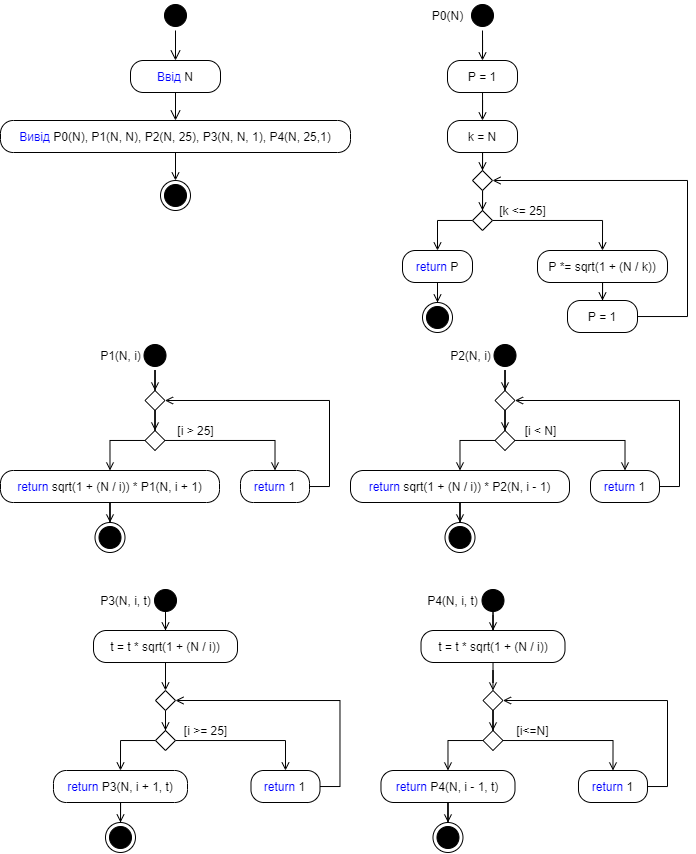
fhctyw/Lab5.4 keeps this draw.io diagram as UML.png. Above is the earlier version. Source tidied: cells renumbered, new cells last; positions are measured from the earlier drawing's top-left corner, leaving out a move shared by most shapes.
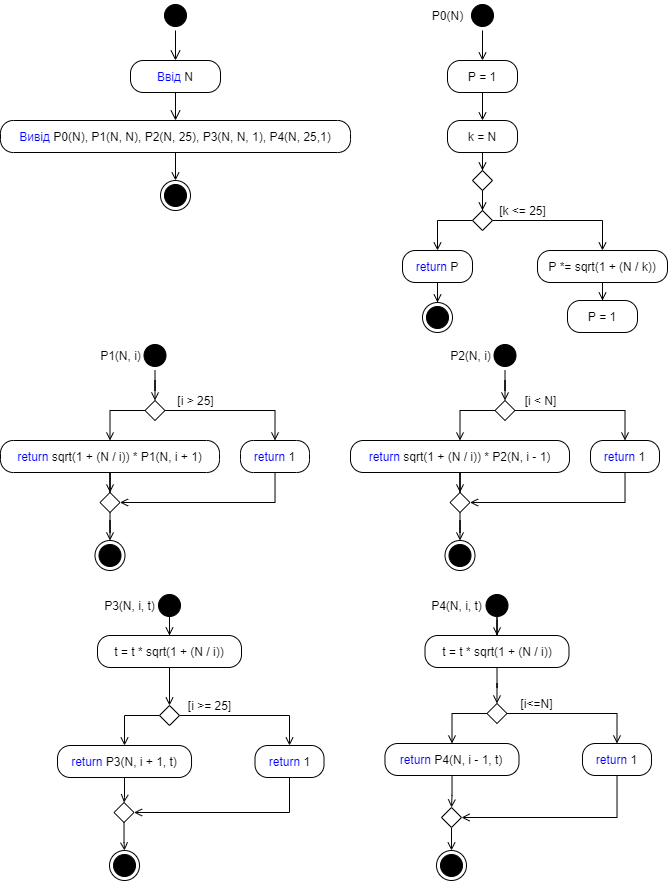
The same diagram one commit later.

Commit message:
remake uml

What changed in the source:
```diff
@@ -73,10 +73,2 @@
     </mxCell>
-    <mxCell id="23" style="edgeStyle=orthogonalEdgeStyle;rounded=0;jettySize=auto;html=1;entryX=1;entryY=0.5;entryDx=0;entryDy=0;endArrow=open;endFill=0;" parent="1" edge="1" source="24" target="26">
-      <mxGeometry relative="1" as="geometry">
-        <Array as="points">
-          <mxPoint x="687" y="316" />
-          <mxPoint x="687" y="180" />
-        </Array>
-      </mxGeometry>
-    </mxCell>
     <mxCell id="24" value="P = 1" style="rounded=1;whiteSpace=wrap;html=1;arcSize=40;" parent="1" vertex="1">
@@ -96,5 +88,5 @@
     </mxCell>
-    <mxCell id="29" style="edgeStyle=orthogonalEdgeStyle;rounded=0;jettySize=auto;html=1;entryX=0.5;entryY=0;entryDx=0;entryDy=0;endArrow=open;endFill=0;" parent="1" edge="1" source="30" target="40">
-      <mxGeometry relative="1" as="geometry" />
-    </mxCell>
+    <mxCell id="89" style="edgeStyle=orthogonalEdgeStyle;rounded=0;jettySize=auto;html=1;entryX=0.5;entryY=0;entryDx=0;entryDy=0;endArrow=open;endFill=0;" parent="1" edge="1" source="30" target="33">
+      <mxGeometry relative="1" as="geometry" />
+    </mxCell>
     <mxCell id="30" style="ellipse;html=1;shape=startState;fillColor=#000000;strokeColor=#000000;" parent="1" vertex="1">
@@ -105,3 +97,3 @@
         <Array as="points">
-          <mxPoint x="109.5" y="440" />
+          <mxPoint x="109.5" y="410" />
         </Array>
@@ -113,32 +105,25 @@
     <mxCell id="33" style="rhombus;whiteSpace=wrap;html=1;strokeColor=#000000;" parent="1" vertex="1">
-      <mxGeometry x="144.5" y="430" width="20" height="20" as="geometry" />
+      <mxGeometry x="144.5" y="400" width="20" height="20" as="geometry" />
     </mxCell>
-    <mxCell id="34" style="edgeStyle=orthogonalEdgeStyle;rounded=0;jettySize=auto;html=1;entryX=0.5;entryY=0;entryDx=0;entryDy=0;endArrow=open;endFill=0;" parent="1" edge="1" source="35" target="41">
-      <mxGeometry relative="1" as="geometry" />
-    </mxCell>
+    <mxCell id="90" style="edgeStyle=orthogonalEdgeStyle;rounded=0;jettySize=auto;html=1;endArrow=open;endFill=0;" parent="1" edge="1" source="35" target="102">
+      <mxGeometry relative="1" as="geometry" />
+    </mxCell>
     <mxCell id="35" value="&lt;font color=&quot;#0000ff&quot;&gt;return&lt;/font&gt; sqrt(1 + (N / i)) * P1(N, i + 1)" style="rounded=1;whiteSpace=wrap;html=1;arcSize=40;" parent="1" vertex="1">
-      <mxGeometry y="470" width="219" height="32" as="geometry" />
+      <mxGeometry y="440" width="219" height="32" as="geometry" />
     </mxCell>
-    <mxCell id="36" style="edgeStyle=orthogonalEdgeStyle;rounded=0;jettySize=auto;html=1;entryX=1;entryY=0.5;entryDx=0;entryDy=0;endArrow=open;endFill=0;" parent="1" edge="1" source="37" target="40">
-      <mxGeometry relative="1" as="geometry">
-        <Array as="points">
-          <mxPoint x="329" y="486" />
-          <mxPoint x="329" y="400" />
-        </Array>
-      </mxGeometry>
-    </mxCell>
+    <mxCell id="91" style="edgeStyle=orthogonalEdgeStyle;rounded=0;jettySize=auto;html=1;entryX=1;entryY=0.5;entryDx=0;entryDy=0;endArrow=open;endFill=0;" parent="1" edge="1" source="37" target="102">
+      <mxGeometry relative="1" as="geometry">
+        <Array as="points">
+          <mxPoint x="275" y="502" />
+        </Array>
+      </mxGeometry>
+    </mxCell>
     <mxCell id="37" value="&lt;font color=&quot;#0000ff&quot;&gt;return&lt;/font&gt;&amp;nbsp;1" style="rounded=1;whiteSpace=wrap;html=1;arcSize=40;" parent="1" vertex="1">
-      <mxGeometry x="240" y="470" width="69" height="32" as="geometry" />
+      <mxGeometry x="240" y="440" width="69" height="32" as="geometry" />
     </mxCell>
     <mxCell id="38" value="&lt;span&gt;[&lt;/span&gt;&lt;span&gt;i &amp;gt; 25&lt;/span&gt;&lt;span&gt;]&lt;/span&gt;" style="text;html=1;align=center;verticalAlign=middle;strokeColor=none;fillColor=none;" parent="1" vertex="1">
-      <mxGeometry x="169.5" y="420" width="50" height="20" as="geometry" />
+      <mxGeometry x="169.5" y="390" width="50" height="20" as="geometry" />
     </mxCell>
-    <mxCell id="39" style="edgeStyle=orthogonalEdgeStyle;rounded=0;jettySize=auto;html=1;entryX=0.5;entryY=0;entryDx=0;entryDy=0;endArrow=open;endFill=0;" parent="1" edge="1" source="40" target="33">
-      <mxGeometry relative="1" as="geometry" />
-    </mxCell>
-    <mxCell id="40" style="rhombus;whiteSpace=wrap;html=1;strokeColor=#000000;" parent="1" vertex="1">
-      <mxGeometry x="144.5" y="390" width="20" height="20" as="geometry" />
-    </mxCell>
     <mxCell id="41" style="ellipse;html=1;shape=endState;fillColor=#000000;strokeColor=#000000;" parent="1" vertex="1">
-      <mxGeometry x="94.5" y="522" width="30" height="30" as="geometry" />
+      <mxGeometry x="94.5" y="540" width="30" height="30" as="geometry" />
     </mxCell>
@@ -147,5 +132,5 @@
     </mxCell>
-    <mxCell id="43" style="edgeStyle=orthogonalEdgeStyle;rounded=0;jettySize=auto;html=1;entryX=0.5;entryY=0;entryDx=0;entryDy=0;endArrow=open;endFill=0;" parent="1" edge="1" source="44" target="54">
-      <mxGeometry relative="1" as="geometry" />
-    </mxCell>
+    <mxCell id="92" style="edgeStyle=orthogonalEdgeStyle;rounded=0;jettySize=auto;html=1;entryX=0.5;entryY=0;entryDx=0;entryDy=0;endArrow=open;endFill=0;" parent="1" edge="1" source="44" target="47">
+      <mxGeometry relative="1" as="geometry" />
+    </mxCell>
     <mxCell id="44" style="ellipse;html=1;shape=startState;fillColor=#000000;strokeColor=#000000;" parent="1" vertex="1">
@@ -156,3 +141,3 @@
         <Array as="points">
-          <mxPoint x="459.5" y="440" />
+          <mxPoint x="459.5" y="410" />
         </Array>
@@ -164,32 +149,25 @@
     <mxCell id="47" style="rhombus;whiteSpace=wrap;html=1;strokeColor=#000000;" parent="1" vertex="1">
-      <mxGeometry x="494.5" y="430" width="20" height="20" as="geometry" />
+      <mxGeometry x="494.5" y="400" width="20" height="20" as="geometry" />
     </mxCell>
-    <mxCell id="48" style="edgeStyle=orthogonalEdgeStyle;rounded=0;jettySize=auto;html=1;entryX=0.5;entryY=0;entryDx=0;entryDy=0;endArrow=open;endFill=0;" parent="1" edge="1" source="49" target="55">
-      <mxGeometry relative="1" as="geometry" />
-    </mxCell>
+    <mxCell id="93" style="edgeStyle=orthogonalEdgeStyle;rounded=0;jettySize=auto;html=1;entryX=0.5;entryY=0;entryDx=0;entryDy=0;endArrow=open;endFill=0;" parent="1" edge="1" source="49" target="104">
+      <mxGeometry relative="1" as="geometry" />
+    </mxCell>
     <mxCell id="49" value="&lt;font color=&quot;#0000ff&quot;&gt;return&lt;/font&gt; sqrt(1 + (N / i)) * P2(N, i - 1)" style="rounded=1;whiteSpace=wrap;html=1;arcSize=40;" parent="1" vertex="1">
-      <mxGeometry x="350" y="470" width="219" height="32" as="geometry" />
+      <mxGeometry x="350" y="440" width="219" height="32" as="geometry" />
     </mxCell>
-    <mxCell id="50" style="edgeStyle=orthogonalEdgeStyle;rounded=0;jettySize=auto;html=1;entryX=1;entryY=0.5;entryDx=0;entryDy=0;endArrow=open;endFill=0;" parent="1" edge="1" source="51" target="54">
-      <mxGeometry relative="1" as="geometry">
-        <Array as="points">
-          <mxPoint x="679" y="486" />
-          <mxPoint x="679" y="400" />
-        </Array>
-      </mxGeometry>
-    </mxCell>
+    <mxCell id="94" style="edgeStyle=orthogonalEdgeStyle;rounded=0;jettySize=auto;html=1;entryX=1;entryY=0.5;entryDx=0;entryDy=0;endArrow=open;endFill=0;" parent="1" edge="1" source="51" target="104">
+      <mxGeometry relative="1" as="geometry">
+        <Array as="points">
+          <mxPoint x="625" y="502" />
+        </Array>
+      </mxGeometry>
+    </mxCell>
     <mxCell id="51" value="&lt;font color=&quot;#0000ff&quot;&gt;return&lt;/font&gt;&amp;nbsp;1" style="rounded=1;whiteSpace=wrap;html=1;arcSize=40;" parent="1" vertex="1">
-      <mxGeometry x="590" y="470" width="69" height="32" as="geometry" />
+      <mxGeometry x="590" y="440" width="69" height="32" as="geometry" />
     </mxCell>
     <mxCell id="52" value="&lt;span&gt;[&lt;/span&gt;&lt;span&gt;i &amp;lt; N&lt;/span&gt;&lt;span&gt;]&lt;/span&gt;" style="text;html=1;align=center;verticalAlign=middle;strokeColor=none;fillColor=none;" parent="1" vertex="1">
-      <mxGeometry x="514.5" y="420" width="50" height="20" as="geometry" />
+      <mxGeometry x="514.5" y="390" width="50" height="20" as="geometry" />
     </mxCell>
-    <mxCell id="53" style="edgeStyle=orthogonalEdgeStyle;rounded=0;jettySize=auto;html=1;entryX=0.5;entryY=0;entryDx=0;entryDy=0;endArrow=open;endFill=0;" parent="1" edge="1" source="54" target="47">
-      <mxGeometry relative="1" as="geometry" />
-    </mxCell>
-    <mxCell id="54" style="rhombus;whiteSpace=wrap;html=1;strokeColor=#000000;" parent="1" vertex="1">
-      <mxGeometry x="494.5" y="390" width="20" height="20" as="geometry" />
-    </mxCell>
     <mxCell id="55" style="ellipse;html=1;shape=endState;fillColor=#000000;strokeColor=#000000;" parent="1" vertex="1">
-      <mxGeometry x="444.5" y="522" width="30" height="30" as="geometry" />
+      <mxGeometry x="444.5" y="540" width="30" height="30" as="geometry" />
     </mxCell>
@@ -202,3 +180,3 @@
     <mxCell id="58" style="ellipse;html=1;shape=startState;fillColor=#000000;strokeColor=#000000;" parent="1" vertex="1">
-      <mxGeometry x="150" y="585" width="30" height="30" as="geometry" />
+      <mxGeometry x="154" y="590" width="30" height="30" as="geometry" />
     </mxCell>
@@ -207,3 +185,3 @@
         <Array as="points">
-          <mxPoint x="120" y="740" />
+          <mxPoint x="124" y="715" />
         </Array>
@@ -215,41 +193,34 @@
     <mxCell id="61" style="rhombus;whiteSpace=wrap;html=1;strokeColor=#000000;" parent="1" vertex="1">
-      <mxGeometry x="155" y="730" width="20" height="20" as="geometry" />
+      <mxGeometry x="159" y="705" width="20" height="20" as="geometry" />
     </mxCell>
-    <mxCell id="62" style="edgeStyle=orthogonalEdgeStyle;rounded=0;jettySize=auto;html=1;entryX=0.5;entryY=0;entryDx=0;entryDy=0;endArrow=open;endFill=0;" parent="1" edge="1" source="63" target="69">
-      <mxGeometry relative="1" as="geometry" />
-    </mxCell>
+    <mxCell id="95" style="edgeStyle=orthogonalEdgeStyle;rounded=0;jettySize=auto;html=1;endArrow=open;endFill=0;entryX=0.5;entryY=0;entryDx=0;entryDy=0;" parent="1" edge="1" source="63" target="106">
+      <mxGeometry relative="1" as="geometry" />
+    </mxCell>
     <mxCell id="63" value="&lt;font color=&quot;#0000ff&quot;&gt;return &lt;/font&gt;P3(N, i + 1, t)" style="rounded=1;whiteSpace=wrap;html=1;arcSize=40;" parent="1" vertex="1">
-      <mxGeometry x="53" y="770" width="134" height="32" as="geometry" />
+      <mxGeometry x="57" y="745" width="134" height="32" as="geometry" />
     </mxCell>
-    <mxCell id="64" style="edgeStyle=orthogonalEdgeStyle;rounded=0;jettySize=auto;html=1;entryX=1;entryY=0.5;entryDx=0;entryDy=0;endArrow=open;endFill=0;" parent="1" edge="1" source="65" target="68">
-      <mxGeometry relative="1" as="geometry">
-        <Array as="points">
-          <mxPoint x="339.5" y="786" />
-          <mxPoint x="339.5" y="700" />
-        </Array>
-      </mxGeometry>
-    </mxCell>
+    <mxCell id="96" style="edgeStyle=orthogonalEdgeStyle;rounded=0;jettySize=auto;html=1;entryX=1;entryY=0.5;entryDx=0;entryDy=0;endArrow=open;endFill=0;" parent="1" edge="1" source="65" target="106">
+      <mxGeometry relative="1" as="geometry">
+        <Array as="points">
+          <mxPoint x="289" y="812" />
+        </Array>
+      </mxGeometry>
+    </mxCell>
     <mxCell id="65" value="&lt;font color=&quot;#0000ff&quot;&gt;return&lt;/font&gt;&amp;nbsp;1" style="rounded=1;whiteSpace=wrap;html=1;arcSize=40;" parent="1" vertex="1">
-      <mxGeometry x="250.5" y="770" width="69" height="32" as="geometry" />
+      <mxGeometry x="254.5" y="745" width="69" height="32" as="geometry" />
     </mxCell>
     <mxCell id="66" value="[i &amp;gt;= 25]" style="text;html=1;align=center;verticalAlign=middle;strokeColor=none;fillColor=none;" parent="1" vertex="1">
-      <mxGeometry x="175" y="720" width="60" height="20" as="geometry" />
+      <mxGeometry x="179" y="695" width="60" height="20" as="geometry" />
     </mxCell>
-    <mxCell id="67" style="edgeStyle=orthogonalEdgeStyle;rounded=0;jettySize=auto;html=1;entryX=0.5;entryY=0;entryDx=0;entryDy=0;endArrow=open;endFill=0;" parent="1" edge="1" source="68" target="61">
-      <mxGeometry relative="1" as="geometry" />
-    </mxCell>
-    <mxCell id="68" style="rhombus;whiteSpace=wrap;html=1;strokeColor=#000000;" parent="1" vertex="1">
-      <mxGeometry x="155" y="690" width="20" height="20" as="geometry" />
-    </mxCell>
     <mxCell id="69" style="ellipse;html=1;shape=endState;fillColor=#000000;strokeColor=#000000;" parent="1" vertex="1">
-      <mxGeometry x="105" y="822" width="30" height="30" as="geometry" />
+      <mxGeometry x="109" y="850" width="30" height="30" as="geometry" />
     </mxCell>
     <mxCell id="70" value="P3(N, i, t)" style="text;html=1;align=center;verticalAlign=middle;strokeColor=none;fillColor=none;" parent="1" vertex="1">
-      <mxGeometry x="90" y="590" width="70" height="20" as="geometry" />
+      <mxGeometry x="94" y="595" width="70" height="20" as="geometry" />
     </mxCell>
-    <mxCell id="71" style="edgeStyle=orthogonalEdgeStyle;rounded=0;jettySize=auto;html=1;entryX=0.5;entryY=0;entryDx=0;entryDy=0;endArrow=open;endFill=0;" parent="1" edge="1" source="72" target="68">
-      <mxGeometry relative="1" as="geometry" />
-    </mxCell>
+    <mxCell id="97" style="edgeStyle=orthogonalEdgeStyle;rounded=0;jettySize=auto;html=1;endArrow=open;endFill=0;" parent="1" edge="1" source="72" target="61">
+      <mxGeometry relative="1" as="geometry" />
+    </mxCell>
     <mxCell id="72" value="t = t * sqrt(1 + (N / i))" style="rounded=1;whiteSpace=wrap;html=1;arcSize=40;" parent="1" vertex="1">
-      <mxGeometry x="93" y="630" width="144" height="32" as="geometry" />
+      <mxGeometry x="97" y="635" width="144" height="32" as="geometry" />
     </mxCell>
@@ -259,3 +230,3 @@
     <mxCell id="74" style="ellipse;html=1;shape=startState;fillColor=#000000;strokeColor=#000000;" parent="1" vertex="1">
-      <mxGeometry x="477.5" y="585" width="30" height="30" as="geometry" />
+      <mxGeometry x="481.5" y="590" width="30" height="30" as="geometry" />
     </mxCell>
@@ -264,3 +235,3 @@
         <Array as="points">
-          <mxPoint x="447.5" y="740" />
+          <mxPoint x="451.5" y="713" />
         </Array>
@@ -272,42 +243,61 @@
     <mxCell id="77" style="rhombus;whiteSpace=wrap;html=1;strokeColor=#000000;" parent="1" vertex="1">
-      <mxGeometry x="482.5" y="730" width="20" height="20" as="geometry" />
+      <mxGeometry x="486.5" y="703" width="20" height="20" as="geometry" />
     </mxCell>
-    <mxCell id="78" style="edgeStyle=orthogonalEdgeStyle;rounded=0;jettySize=auto;html=1;entryX=0.5;entryY=0;entryDx=0;entryDy=0;endArrow=open;endFill=0;" parent="1" edge="1" source="79" target="85">
-      <mxGeometry relative="1" as="geometry" />
-    </mxCell>
+    <mxCell id="98" style="edgeStyle=orthogonalEdgeStyle;rounded=0;jettySize=auto;html=1;entryX=0.5;entryY=0;entryDx=0;entryDy=0;endArrow=open;endFill=0;" parent="1" edge="1" source="79" target="108">
+      <mxGeometry relative="1" as="geometry" />
+    </mxCell>
     <mxCell id="79" value="&lt;font color=&quot;#0000ff&quot;&gt;return &lt;/font&gt;P4(N, i - 1, t)" style="rounded=1;whiteSpace=wrap;html=1;arcSize=40;" parent="1" vertex="1">
-      <mxGeometry x="380.5" y="770" width="134" height="32" as="geometry" />
+      <mxGeometry x="384.5" y="743" width="134" height="32" as="geometry" />
     </mxCell>
-    <mxCell id="80" style="edgeStyle=orthogonalEdgeStyle;rounded=0;jettySize=auto;html=1;entryX=1;entryY=0.5;entryDx=0;entryDy=0;endArrow=open;endFill=0;" parent="1" edge="1" source="81" target="84">
-      <mxGeometry relative="1" as="geometry">
-        <Array as="points">
-          <mxPoint x="667" y="786" />
-          <mxPoint x="667" y="700" />
-        </Array>
-      </mxGeometry>
-    </mxCell>
+    <mxCell id="99" style="edgeStyle=orthogonalEdgeStyle;rounded=0;jettySize=auto;html=1;entryX=1;entryY=0.5;entryDx=0;entryDy=0;endArrow=open;endFill=0;" parent="1" edge="1" source="81" target="108">
+      <mxGeometry relative="1" as="geometry">
+        <Array as="points">
+          <mxPoint x="617" y="817" />
+        </Array>
+      </mxGeometry>
+    </mxCell>
     <mxCell id="81" value="&lt;font color=&quot;#0000ff&quot;&gt;return&lt;/font&gt;&amp;nbsp;1" style="rounded=1;whiteSpace=wrap;html=1;arcSize=40;" parent="1" vertex="1">
-      <mxGeometry x="578" y="770" width="69" height="32" as="geometry" />
+      <mxGeometry x="582" y="743" width="69" height="32" as="geometry" />
     </mxCell>
     <mxCell id="82" value="[i&amp;lt;=N]" style="text;html=1;align=center;verticalAlign=middle;strokeColor=none;fillColor=none;" parent="1" vertex="1">
-      <mxGeometry x="507.5" y="720" width="50" height="20" as="geometry" />
+      <mxGeometry x="511.5" y="693" width="50" height="20" as="geometry" />
     </mxCell>
-    <mxCell id="83" style="edgeStyle=orthogonalEdgeStyle;rounded=0;jettySize=auto;html=1;entryX=0.5;entryY=0;entryDx=0;entryDy=0;endArrow=open;endFill=0;" parent="1" edge="1" source="84" target="77">
-      <mxGeometry relative="1" as="geometry" />
-    </mxCell>
-    <mxCell id="84" style="rhombus;whiteSpace=wrap;html=1;strokeColor=#000000;" parent="1" vertex="1">
-      <mxGeometry x="482.5" y="690" width="20" height="20" as="geometry" />
-    </mxCell>
-    <mxCell id="85" style="ellipse;html=1;shape=endState;fillColor=#000000;strokeColor=#000000;" parent="1" vertex="1">
-      <mxGeometry x="432.5" y="822" width="30" height="30" as="geometry" />
-    </mxCell>
     <mxCell id="86" value="P4(N, i, t)" style="text;html=1;align=center;verticalAlign=middle;strokeColor=none;fillColor=none;" parent="1" vertex="1">
-      <mxGeometry x="417.5" y="590" width="70" height="20" as="geometry" />
+      <mxGeometry x="421.5" y="595" width="70" height="20" as="geometry" />
     </mxCell>
-    <mxCell id="87" style="edgeStyle=orthogonalEdgeStyle;rounded=0;jettySize=auto;html=1;entryX=0.5;entryY=0;entryDx=0;entryDy=0;endArrow=open;endFill=0;" parent="1" edge="1" source="88" target="84">
-      <mxGeometry relative="1" as="geometry" />
-    </mxCell>
+    <mxCell id="100" style="edgeStyle=orthogonalEdgeStyle;rounded=0;jettySize=auto;html=1;entryX=0.5;entryY=0;entryDx=0;entryDy=0;endArrow=open;endFill=0;" parent="1" edge="1" source="88" target="77">
+      <mxGeometry relative="1" as="geometry" />
+    </mxCell>
     <mxCell id="88" value="t = t * sqrt(1 + (N / i))" style="rounded=1;whiteSpace=wrap;html=1;arcSize=40;" parent="1" vertex="1">
-      <mxGeometry x="420.5" y="630" width="144" height="32" as="geometry" />
+      <mxGeometry x="424.5" y="635" width="144" height="32" as="geometry" />
     </mxCell>
+    <mxCell id="101" style="edgeStyle=orthogonalEdgeStyle;rounded=0;jettySize=auto;html=1;entryX=0.5;entryY=0;entryDx=0;entryDy=0;endArrow=open;endFill=0;" parent="1" edge="1" source="102" target="41">
+      <mxGeometry relative="1" as="geometry" />
+    </mxCell>
+    <mxCell id="102" style="rhombus;whiteSpace=wrap;html=1;strokeColor=#000000;" parent="1" vertex="1">
+      <mxGeometry x="99.5" y="492" width="20" height="20" as="geometry" />
+    </mxCell>
+    <mxCell id="103" style="edgeStyle=orthogonalEdgeStyle;rounded=0;jettySize=auto;html=1;endArrow=open;endFill=0;" parent="1" edge="1" source="104">
+      <mxGeometry relative="1" as="geometry">
+        <mxPoint x="459.5" y="540" as="targetPoint" />
+      </mxGeometry>
+    </mxCell>
+    <mxCell id="104" style="rhombus;whiteSpace=wrap;html=1;strokeColor=#000000;" parent="1" vertex="1">
+      <mxGeometry x="449.5" y="492" width="20" height="20" as="geometry" />
+    </mxCell>
+    <mxCell id="105" style="edgeStyle=orthogonalEdgeStyle;rounded=0;jettySize=auto;html=1;entryX=0.5;entryY=0;entryDx=0;entryDy=0;endArrow=open;endFill=0;" parent="1" edge="1" source="106" target="69">
+      <mxGeometry relative="1" as="geometry" />
+    </mxCell>
+    <mxCell id="106" style="rhombus;whiteSpace=wrap;html=1;strokeColor=#000000;" parent="1" vertex="1">
+      <mxGeometry x="113.5" y="802" width="20" height="20" as="geometry" />
+    </mxCell>
+    <mxCell id="107" style="edgeStyle=orthogonalEdgeStyle;rounded=0;jettySize=auto;html=1;entryX=0.5;entryY=0;entryDx=0;entryDy=0;endArrow=open;endFill=0;" parent="1" edge="1" source="108" target="109">
+      <mxGeometry relative="1" as="geometry" />
+    </mxCell>
+    <mxCell id="108" style="rhombus;whiteSpace=wrap;html=1;strokeColor=#000000;" parent="1" vertex="1">
+      <mxGeometry x="441" y="807" width="20" height="20" as="geometry" />
+    </mxCell>
+    <mxCell id="109" style="ellipse;html=1;shape=endState;fillColor=#000000;strokeColor=#000000;" parent="1" vertex="1">
+      <mxGeometry x="436" y="850" width="30" height="30" as="geometry" />
+    </mxCell>
   </root>
```
